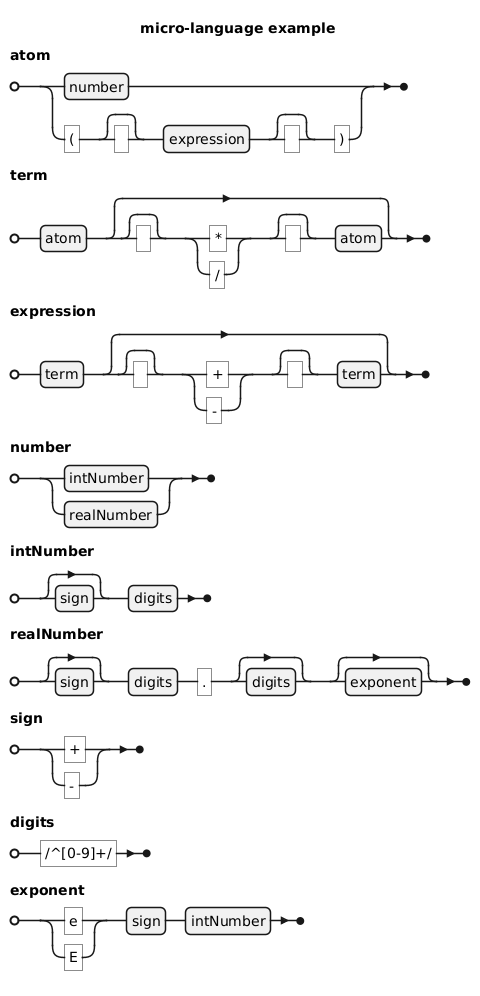
This is docs/lang-syntax.png from tombenke/gocalc, a PlantUML export, as it was before one commit.
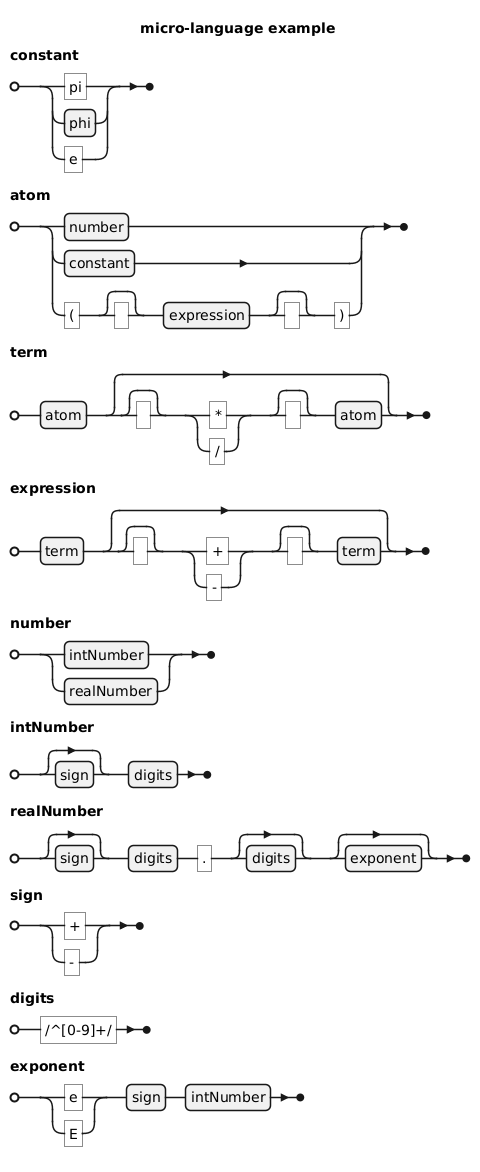
The same diagram one commit later.

Change to the diagram source:
```diff
@@ -1,7 +1,9 @@
 @startebnf
 title micro-language example
 
-atom = number | '(', [' '], expression, [' '], ')';
+constant = 'pi' | phi | 'e';
+
+atom = number | constant | '(', [' '], expression, [' '], ')';
 
 term = atom, [[' '], ('*' | '/'), [' '], atom];
 
```
